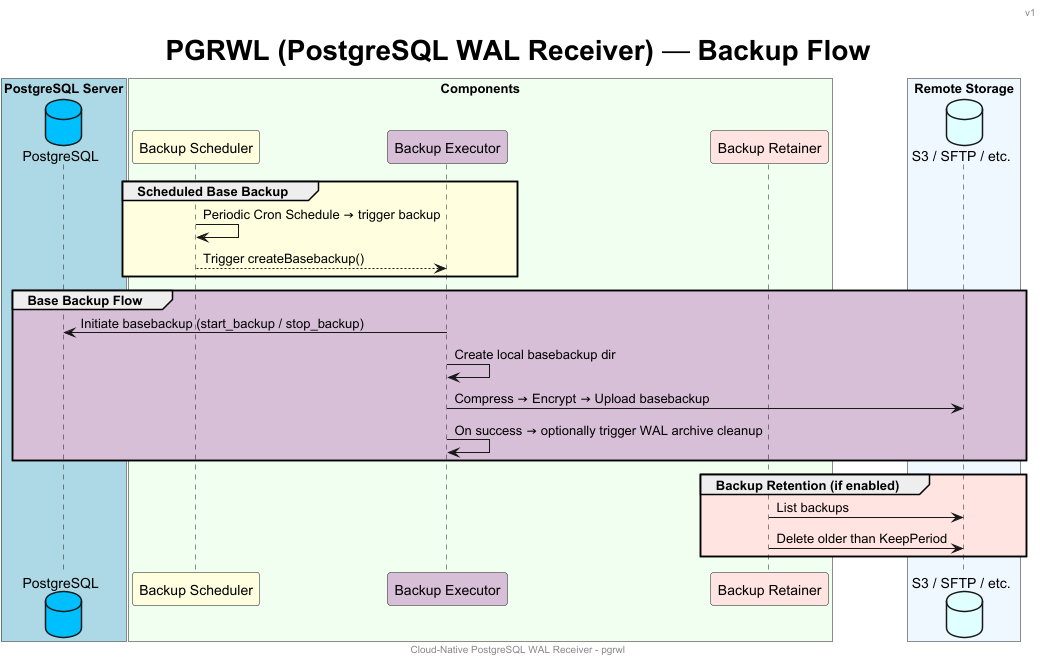
This is pgrwl/backup-mode.png from hashmap-kz/assets, a PlantUML export, as it was before one commit.
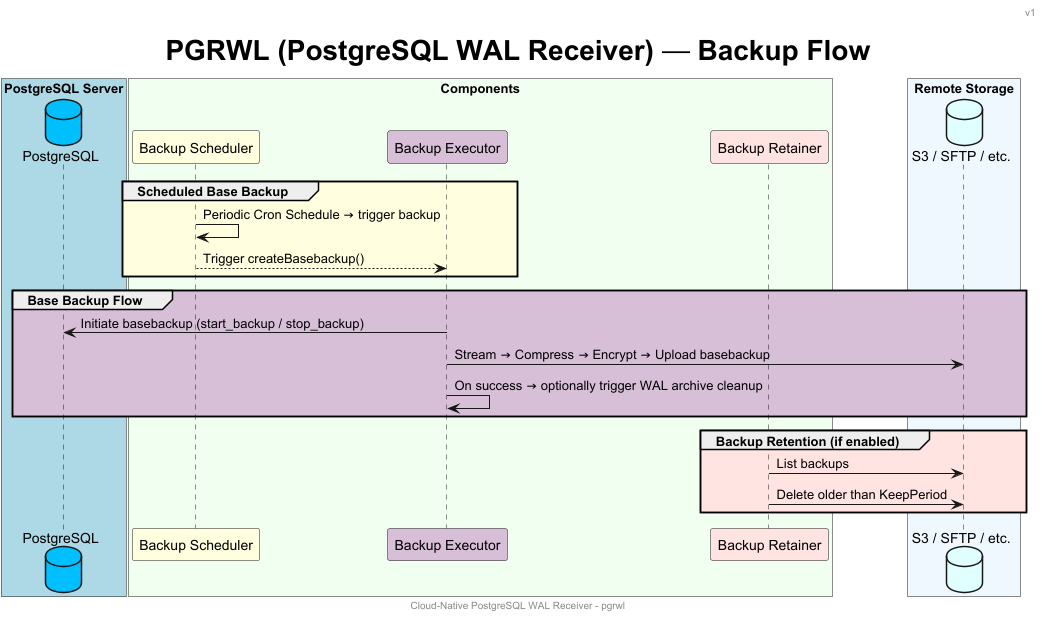
The same file after the commit.

The edit, as a diff of the source:
```diff
@@ -28,8 +28,7 @@
 
 group #Thistle Base Backup Flow
   BackupExec -> PG: Initiate basebackup (start_backup / stop_backup)
-  BackupExec -> BackupExec: Create local basebackup dir
-  BackupExec -> Storage: Compress → Encrypt → Upload basebackup
+  BackupExec -> Storage: Stream → Compress → Encrypt → Upload basebackup
   BackupExec -> BackupExec: On success → optionally trigger WAL archive cleanup
 end
 
```
